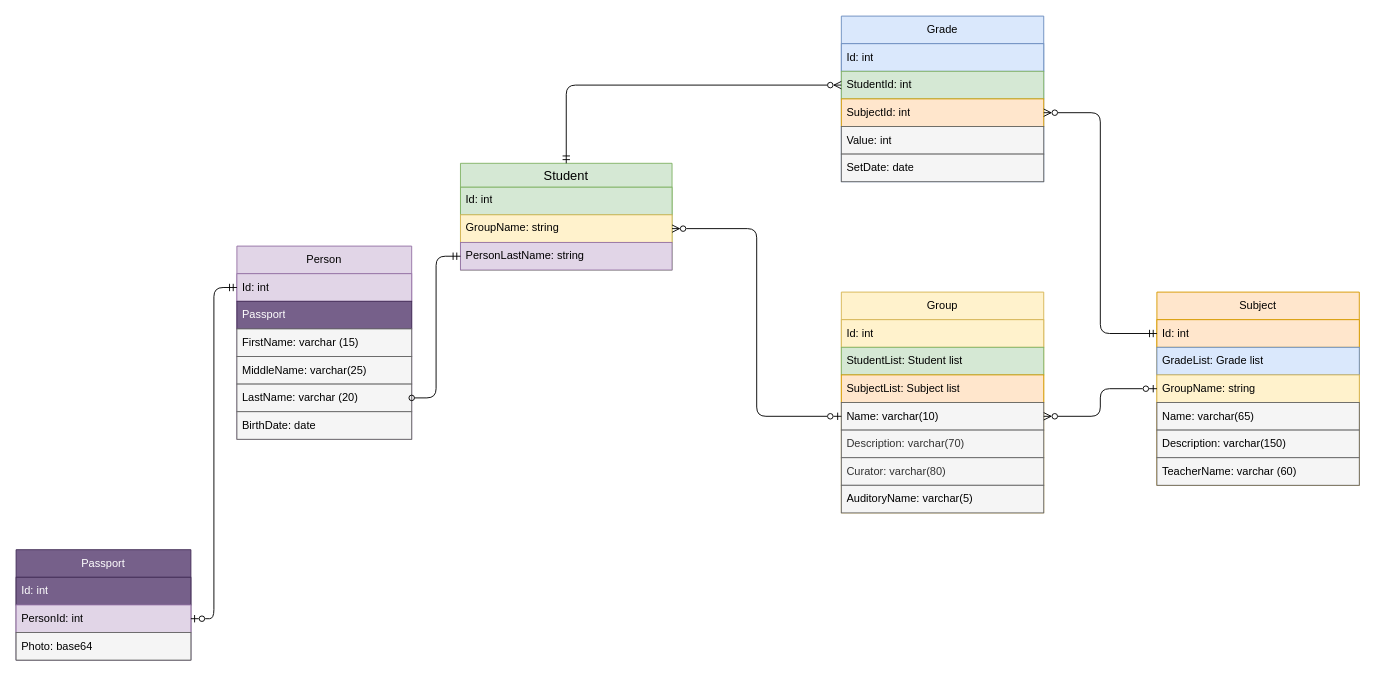
Above: docs/Diagrams/ER-Studium (1 step).drawio in fokstal/Studium (draw.io), before the change. Source tidied: cells renumbered, new cells numbered last; positions are measured from the earlier drawing's top-left corner, leaving out a move shared by most shapes. Both pictures are drawn from the tidied source at 92%, with x=0, y=0 at pixel (16, 16).
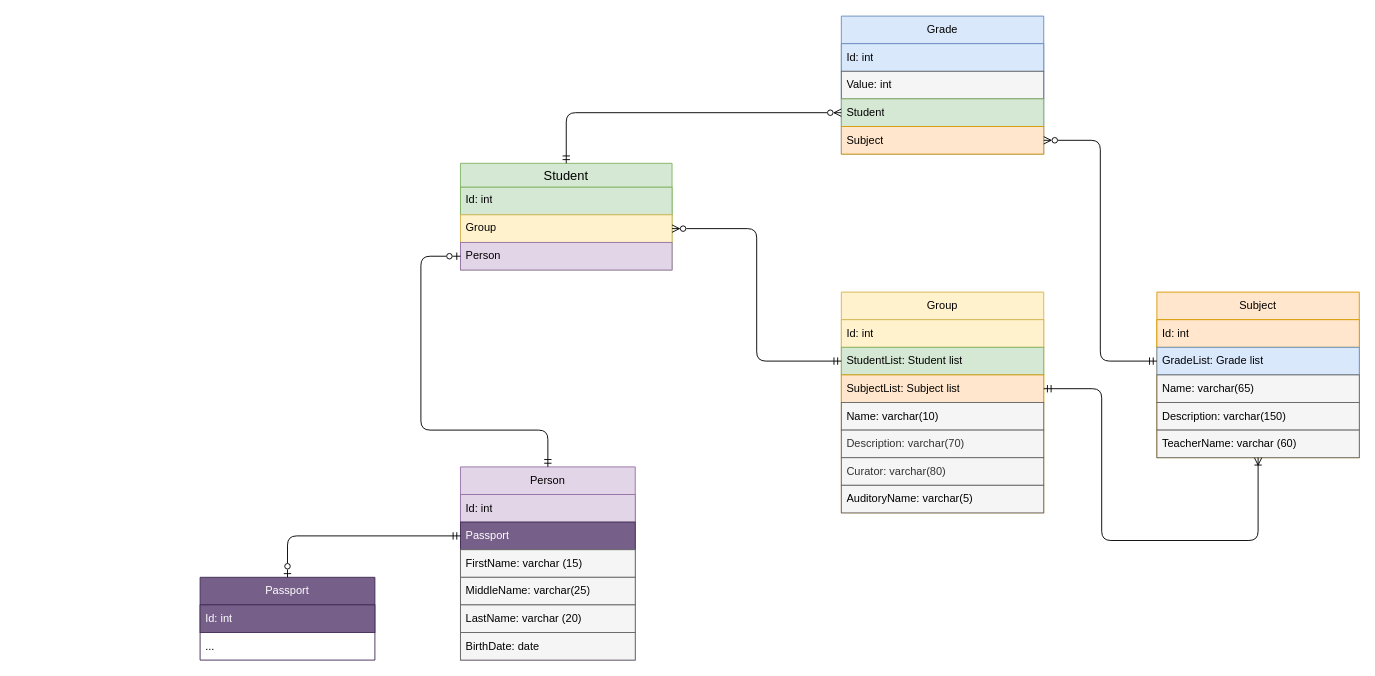
The same diagram, later.

The change refers to these unchanged cells:
```xml
<mxCell id="2" value="Student" style="swimlane;fontStyle=0;horizontal=1;startSize=26;align=center;fontSize=14;fillColor=#d5e8d4;strokeColor=#82b366;" parent="1" vertex="1">
  <mxGeometry x="483" y="160" width="230" height="116" as="geometry" />
</mxCell>
<mxCell id="7" value="Id: int" style="text;strokeColor=#9673a6;fillColor=#e1d5e7;align=left;verticalAlign=middle;spacingLeft=4;spacingRight=4;overflow=hidden;points=[[0,0.5],[1,0.5]];portConstraint=eastwest;whiteSpace=wrap;html=1;" parent="6" vertex="1">
  <mxGeometry y="30" width="190" height="30" as="geometry" />
</mxCell>
<mxCell id="8" value="Passport" style="text;strokeColor=#432D57;fillColor=#76608a;align=left;verticalAlign=middle;spacingLeft=4;spacingRight=4;overflow=hidden;points=[[0,0.5],[1,0.5]];portConstraint=eastwest;whiteSpace=wrap;html=1;fontColor=#ffffff;" parent="6" vertex="1">
  <mxGeometry y="60" width="190" height="30" as="geometry" />
</mxCell>
<mxCell id="11" value="LastName: varchar (20)" style="text;strokeColor=#666666;fillColor=#f5f5f5;align=left;verticalAlign=middle;spacingLeft=4;spacingRight=4;overflow=hidden;points=[[0,0.5],[1,0.5]];portConstraint=eastwest;whiteSpace=wrap;html=1;fontColor=#000000;" parent="6" vertex="1">
  <mxGeometry y="150" width="190" height="30" as="geometry" />
</mxCell>
<mxCell id="20" value="StudentList: Student list" style="text;strokeColor=#82b366;fillColor=#d5e8d4;align=left;verticalAlign=middle;spacingLeft=4;spacingRight=4;overflow=hidden;points=[[0,0.5],[1,0.5]];portConstraint=eastwest;whiteSpace=wrap;html=1;" parent="18" vertex="1">
  <mxGeometry y="60" width="220" height="30" as="geometry" />
</mxCell>
<mxCell id="21" value="SubjectList: Subject list" style="text;strokeColor=#d79b00;fillColor=#ffe6cc;align=left;verticalAlign=middle;spacingLeft=4;spacingRight=4;overflow=hidden;points=[[0,0.5],[1,0.5]];portConstraint=eastwest;whiteSpace=wrap;html=1;" parent="18" vertex="1">
  <mxGeometry y="90" width="220" height="30" as="geometry" />
</mxCell>
<mxCell id="22" value="Name: varchar(10)" style="text;align=left;verticalAlign=middle;spacingLeft=4;spacingRight=4;overflow=hidden;points=[[0,0.5],[1,0.5]];portConstraint=eastwest;whiteSpace=wrap;html=1;fillColor=#f5f5f5;fontColor=#000000;strokeColor=#666666;" parent="18" vertex="1">
  <mxGeometry y="120" width="220" height="30" as="geometry" />
</mxCell>
<mxCell id="28" value="Id: int" style="text;align=left;verticalAlign=middle;spacingLeft=4;spacingRight=4;overflow=hidden;points=[[0,0.5],[1,0.5]];portConstraint=eastwest;whiteSpace=wrap;html=1;fillColor=#ffe6cc;strokeColor=#d79b00;" parent="27" vertex="1">
  <mxGeometry y="30" width="220" height="30" as="geometry" />
</mxCell>
<mxCell id="29" value="GradeList: Grade list" style="text;strokeColor=#6c8ebf;fillColor=#dae8fc;align=left;verticalAlign=middle;spacingLeft=4;spacingRight=4;overflow=hidden;points=[[0,0.5],[1,0.5]];portConstraint=eastwest;whiteSpace=wrap;html=1;" parent="27" vertex="1">
  <mxGeometry y="60" width="220" height="30" as="geometry" />
</mxCell>
```

The edit, as a diff of the source:
```diff
@@
-    <mxCell id="4" value="GroupName: string" style="text;strokeColor=#d6b656;fillColor=#fff2cc;spacingLeft=4;spacingRight=4;overflow=hidden;points=[[0,0.5],[1,0.5]];portConstraint=eastwest;fontSize=12;whiteSpace=wrap;html=1;" parent="2" vertex="1">
+    <mxCell id="4" value="Group&lt;div&gt;&lt;br&gt;&lt;/div&gt;" style="text;strokeColor=#d6b656;fillColor=#fff2cc;spacingLeft=4;spacingRight=4;overflow=hidden;points=[[0,0.5],[1,0.5]];portConstraint=eastwest;fontSize=12;whiteSpace=wrap;html=1;" parent="2" vertex="1">
       <mxGeometry y="56" width="230" height="30" as="geometry" />
     </mxCell>
-    <mxCell id="5" value="PersonLastName: string" style="text;strokeColor=#9673a6;fillColor=#e1d5e7;spacingLeft=4;spacingRight=4;overflow=hidden;points=[[0,0.5],[1,0.5]];portConstraint=eastwest;fontSize=12;whiteSpace=wrap;html=1;" parent="2" vertex="1">
+    <mxCell id="5" value="Person" style="text;strokeColor=#9673a6;fillColor=#e1d5e7;spacingLeft=4;spacingRight=4;overflow=hidden;points=[[0,0.5],[1,0.5]];portConstraint=eastwest;fontSize=12;whiteSpace=wrap;html=1;" parent="2" vertex="1">
       <mxGeometry y="86" width="230" height="30" as="geometry" />
     </mxCell>
     <mxCell id="6" value="Person" style="swimlane;fontStyle=0;horizontal=1;startSize=30;whiteSpace=wrap;html=1;fillColor=#e1d5e7;strokeColor=#9673a6;" parent="1" vertex="1">
-      <mxGeometry x="240" y="250" width="190" height="210" as="geometry" />
+      <mxGeometry x="483" y="490" width="190" height="210" as="geometry" />
     </mxCell>
@@
     <mxCell id="13" value="Passport" style="swimlane;fontStyle=0;horizontal=1;startSize=30;whiteSpace=wrap;html=1;fillColor=#76608a;strokeColor=#432D57;fontColor=#ffffff;" parent="1" vertex="1">
-      <mxGeometry y="580" width="190" height="120" as="geometry" />
+      <mxGeometry x="200" y="610" width="190" height="90" as="geometry" />
     </mxCell>
-    <mxCell id="14" value="Id: int" style="text;strokeColor=#432D57;fillColor=#76608a;align=left;verticalAlign=middle;spacingLeft=4;spacingRight=4;overflow=hidden;whiteSpace=wrap;html=1;fontColor=#ffffff;" parent="13" vertex="1">
-      <mxGeometry y="30" width="190" height="30" as="geometry" />
-    </mxCell>
-    <mxCell id="15" value="PersonId: int" style="text;strokeColor=#9673a6;fillColor=#e1d5e7;align=left;verticalAlign=middle;spacingLeft=4;spacingRight=4;overflow=hidden;points=[[0,0.5],[1,0.5]];portConstraint=eastwest;whiteSpace=wrap;html=1;" parent="13" vertex="1">
-      <mxGeometry y="60" width="190" height="30" as="geometry" />
+    <mxCell id="15" value="Id: int" style="text;strokeColor=#432D57;fillColor=#76608a;align=left;verticalAlign=middle;spacingLeft=4;spacingRight=4;overflow=hidden;points=[[0,0.5],[1,0.5]];portConstraint=eastwest;whiteSpace=wrap;html=1;fontColor=#ffffff;" parent="13" vertex="1">
+      <mxGeometry y="30" width="190" height="30" as="geometry" />
     </mxCell>
-    <mxCell id="16" value="Photo: base64" style="text;strokeColor=#666666;fillColor=#f5f5f5;align=left;verticalAlign=middle;spacingLeft=4;spacingRight=4;overflow=hidden;whiteSpace=wrap;html=1;fontColor=#000000;" parent="13" vertex="1">
-      <mxGeometry y="90" width="190" height="30" as="geometry" />
+    <mxCell id="16" value="..." style="text;strokeColor=none;fillColor=none;align=left;verticalAlign=middle;spacingLeft=4;spacingRight=4;overflow=hidden;whiteSpace=wrap;html=1;" parent="13" vertex="1">
+      <mxGeometry y="60" width="190" height="30" as="geometry" />
     </mxCell>
+    <mxCell id="44" style="edgeStyle=orthogonalEdgeStyle;rounded=1;jettySize=auto;html=1;curved=0;endArrow=ERmandOne;endFill=0;startArrow=ERzeroToOne;startFill=0;" parent="1" edge="1" source="5" target="6">
+      <mxGeometry relative="1" as="geometry">
+        <Array as="points">
+          <mxPoint x="440" y="261" />
+          <mxPoint x="440" y="450" />
+          <mxPoint x="578" y="450" />
+        </Array>
+      </mxGeometry>
+    </mxCell>
-    <mxCell id="17" style="edgeStyle=orthogonalEdgeStyle;rounded=1;jettySize=auto;html=1;curved=0;startArrow=ERmandOne;startFill=0;endArrow=ERzeroToOne;endFill=0;" parent="1" edge="1" source="7" target="15">
+    <mxCell id="17" style="edgeStyle=orthogonalEdgeStyle;rounded=1;jettySize=auto;html=1;curved=0;startArrow=ERmandOne;startFill=0;endArrow=ERzeroToOne;endFill=0;" parent="1" edge="1" source="8" target="13">
       <mxGeometry relative="1" as="geometry" />
     </mxCell>
@@
-    <mxCell id="26" style="edgeStyle=orthogonalEdgeStyle;rounded=1;jettySize=auto;html=1;curved=0;endArrow=ERzeroToMany;endFill=0;startArrow=ERzeroToOne;startFill=0;entryX=1;entryY=0.5;entryDx=0;entryDy=0;" parent="1" edge="1" source="22" target="4">
+    <mxCell id="26" style="edgeStyle=orthogonalEdgeStyle;rounded=1;jettySize=auto;html=1;curved=0;endArrow=ERzeroToMany;endFill=0;startArrow=ERmandOne;startFill=0;" parent="1" edge="1" source="20" target="4">
       <mxGeometry relative="1" as="geometry" />
     </mxCell>
     <mxCell id="27" value="Subject" style="swimlane;fontStyle=0;horizontal=1;startSize=30;whiteSpace=wrap;html=1;fillColor=#ffe6cc;strokeColor=#d79b00;" parent="1" vertex="1">
-      <mxGeometry x="1240" y="300" width="220" height="210" as="geometry" />
+      <mxGeometry x="1240" y="300" width="220" height="180" as="geometry" />
     </mxCell>
@@
-    <mxCell id="30" value="GroupName: string" style="text;align=left;verticalAlign=middle;spacingLeft=4;spacingRight=4;overflow=hidden;points=[[0,0.5],[1,0.5]];portConstraint=eastwest;whiteSpace=wrap;html=1;fillColor=#fff2cc;strokeColor=#d6b656;" parent="27" vertex="1">
-      <mxGeometry y="90" width="220" height="30" as="geometry" />
-    </mxCell>
     <mxCell id="31" value="Name: varchar(65)" style="text;strokeColor=#666666;fillColor=#f5f5f5;align=left;verticalAlign=middle;spacingLeft=4;spacingRight=4;overflow=hidden;whiteSpace=wrap;html=1;fontColor=#000000;" parent="27" vertex="1">
-      <mxGeometry y="120" width="220" height="30" as="geometry" />
+      <mxGeometry y="90" width="220" height="30" as="geometry" />
     </mxCell>
     <mxCell id="32" value="Description: varchar(150)" style="text;strokeColor=#666666;fillColor=#f5f5f5;align=left;verticalAlign=middle;spacingLeft=4;spacingRight=4;overflow=hidden;whiteSpace=wrap;html=1;fontColor=#000000;" parent="27" vertex="1">
-      <mxGeometry y="150" width="220" height="30" as="geometry" />
+      <mxGeometry y="120" width="220" height="30" as="geometry" />
     </mxCell>
     <mxCell id="33" value="TeacherName: varchar (60)" style="text;strokeColor=#666666;fillColor=#f5f5f5;align=left;verticalAlign=middle;spacingLeft=4;spacingRight=4;overflow=hidden;whiteSpace=wrap;html=1;fontColor=#000000;" parent="27" vertex="1">
-      <mxGeometry y="180" width="220" height="30" as="geometry" />
+      <mxGeometry y="150" width="220" height="30" as="geometry" />
     </mxCell>
+    <mxCell id="45" style="edgeStyle=orthogonalEdgeStyle;rounded=1;jettySize=auto;html=1;endArrow=ERoneToMany;endFill=0;startArrow=ERmandOne;startFill=0;curved=0;" parent="1" edge="1" source="21" target="27">
+      <mxGeometry relative="1" as="geometry">
+        <Array as="points">
+          <mxPoint x="1180" y="405" />
+          <mxPoint x="1180" y="570" />
+          <mxPoint x="1350" y="570" />
+        </Array>
+      </mxGeometry>
+    </mxCell>
     <mxCell id="34" value="Grade" style="swimlane;fontStyle=0;horizontal=1;startSize=30;whiteSpace=wrap;html=1;fillColor=#dae8fc;strokeColor=#6c8ebf;" parent="1" vertex="1">
-      <mxGeometry x="897" width="220" height="180" as="geometry" />
+      <mxGeometry x="897" width="220" height="150" as="geometry" />
     </mxCell>
@@
+    <mxCell id="38" value="Value: int" style="text;align=left;verticalAlign=middle;spacingLeft=4;spacingRight=4;overflow=hidden;whiteSpace=wrap;html=1;fillColor=#f5f5f5;fontColor=#000000;strokeColor=#666666;" parent="34" vertex="1">
+      <mxGeometry y="60" width="220" height="30" as="geometry" />
+    </mxCell>
-    <mxCell id="36" value="StudentId: int" style="text;strokeColor=#82b366;fillColor=#d5e8d4;align=left;verticalAlign=middle;spacingLeft=4;spacingRight=4;overflow=hidden;points=[[0,0.5],[1,0.5]];portConstraint=eastwest;whiteSpace=wrap;html=1;" parent="34" vertex="1">
-      <mxGeometry y="60" width="220" height="30" as="geometry" />
+    <mxCell id="36" value="Student" style="text;strokeColor=#82b366;fillColor=#d5e8d4;align=left;verticalAlign=middle;spacingLeft=4;spacingRight=4;overflow=hidden;points=[[0,0.5],[1,0.5]];portConstraint=eastwest;whiteSpace=wrap;html=1;" parent="34" vertex="1">
+      <mxGeometry y="90" width="220" height="30" as="geometry" />
     </mxCell>
-    <mxCell id="37" value="SubjectId: int" style="text;strokeColor=#d79b00;fillColor=#ffe6cc;align=left;verticalAlign=middle;spacingLeft=4;spacingRight=4;overflow=hidden;points=[[0,0.5],[1,0.5]];portConstraint=eastwest;whiteSpace=wrap;html=1;" parent="34" vertex="1">
-      <mxGeometry y="90" width="220" height="30" as="geometry" />
+    <mxCell id="37" value="Subject" style="text;strokeColor=#d79b00;fillColor=#ffe6cc;align=left;verticalAlign=middle;spacingLeft=4;spacingRight=4;overflow=hidden;points=[[0,0.5],[1,0.5]];portConstraint=eastwest;whiteSpace=wrap;html=1;" parent="34" vertex="1">
+      <mxGeometry y="120" width="220" height="30" as="geometry" />
     </mxCell>
-    <mxCell id="38" value="Value: int" style="text;align=left;verticalAlign=middle;spacingLeft=4;spacingRight=4;overflow=hidden;whiteSpace=wrap;html=1;fillColor=#f5f5f5;fontColor=#000000;strokeColor=#666666;" parent="34" vertex="1">
-      <mxGeometry y="120" width="220" height="30" as="geometry" />
-    </mxCell>
-    <mxCell id="39" value="SetDate: date" style="text;align=left;verticalAlign=middle;spacingLeft=4;spacingRight=4;overflow=hidden;whiteSpace=wrap;html=1;fillColor=#f5f5f5;fontColor=#000000;strokeColor=#666666;" parent="34" vertex="1">
-      <mxGeometry y="150" width="220" height="30" as="geometry" />
-    </mxCell>
-    <mxCell id="40" style="edgeStyle=orthogonalEdgeStyle;rounded=1;jettySize=auto;html=1;endArrow=ERmandOne;endFill=0;startArrow=ERzeroToMany;startFill=0;curved=0;" parent="1" edge="1" source="37" target="28">
+    <mxCell id="40" style="edgeStyle=orthogonalEdgeStyle;rounded=1;jettySize=auto;html=1;endArrow=ERmandOne;endFill=0;startArrow=ERzeroToMany;startFill=0;curved=0;" parent="1" edge="1" source="37" target="29">
       <mxGeometry relative="1" as="geometry" />
     </mxCell>
@@
-    <mxCell id="42" style="edgeStyle=orthogonalEdgeStyle;rounded=1;jettySize=auto;html=1;curved=0;startArrow=ERmandOne;startFill=0;endArrow=oval;endFill=0;" parent="1" edge="1" source="5" target="11">
-      <mxGeometry relative="1" as="geometry" />
-    </mxCell>
-    <mxCell id="43" style="edgeStyle=orthogonalEdgeStyle;rounded=1;jettySize=auto;html=1;curved=0;startArrow=ERzeroToMany;startFill=0;endArrow=ERzeroToOne;endFill=0;" parent="1" edge="1" source="22" target="30">
-      <mxGeometry relative="1" as="geometry" />
-    </mxCell>
```
